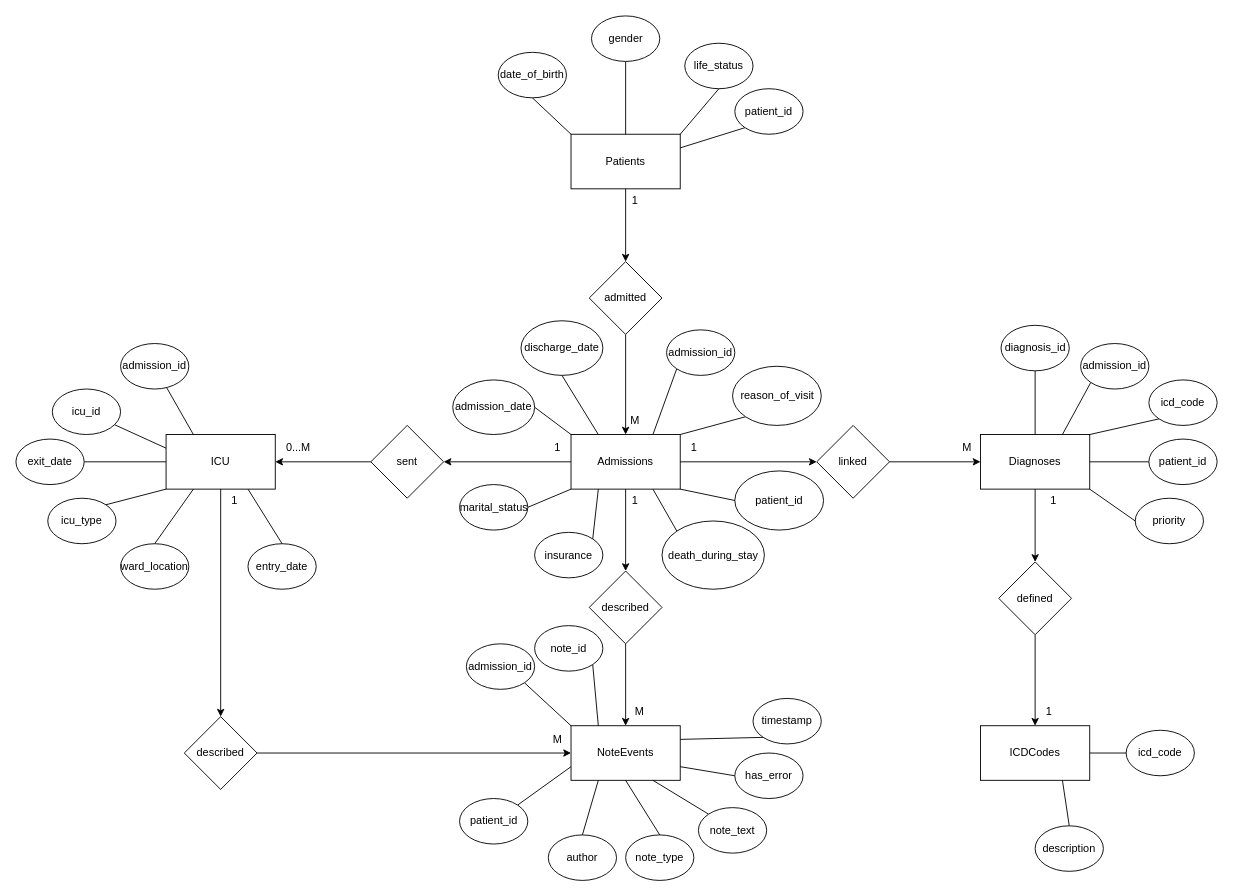
This is page "Chen Diagram" (3 of 3) of Untitled Diagram.drawio from Joshua131313/soen363, a draw.io file, before an edit. Source tidied: cells renumbered, new cells numbered last; positions are measured from the earlier drawing's top-left corner, leaving out a move shared by most shapes. Both pictures are drawn from the tidied source at 91%, with x=0, y=0 at pixel (15, 15).
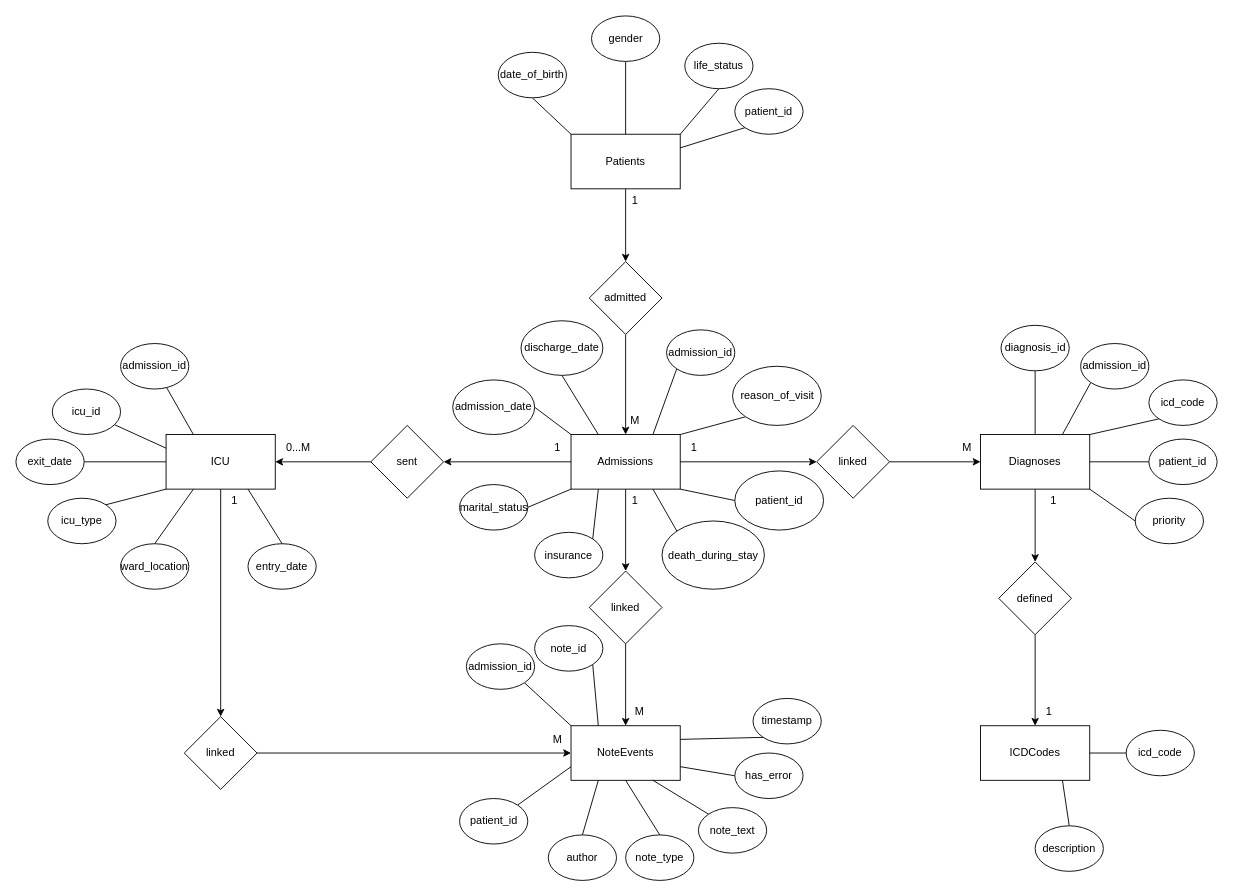
Above is the later version.

Commit message:
Updated Chen Diagram

Diff of the diagram source:
```diff
@@
-    <mxCell id="79" value="described" style="rhombus;whiteSpace=wrap;html=1;" parent="1" vertex="1">
+    <mxCell id="79" value="linked" style="rhombus;whiteSpace=wrap;html=1;" parent="1" vertex="1">
       <mxGeometry x="630" y="610" width="80" height="80" as="geometry" />
     </mxCell>
@@
-    <mxCell id="97" value="described" style="rhombus;whiteSpace=wrap;html=1;" parent="1" vertex="1">
+    <mxCell id="97" value="linked" style="rhombus;whiteSpace=wrap;html=1;" parent="1" vertex="1">
       <mxGeometry x="185" y="770" width="80" height="80" as="geometry" />
     </mxCell>
```
